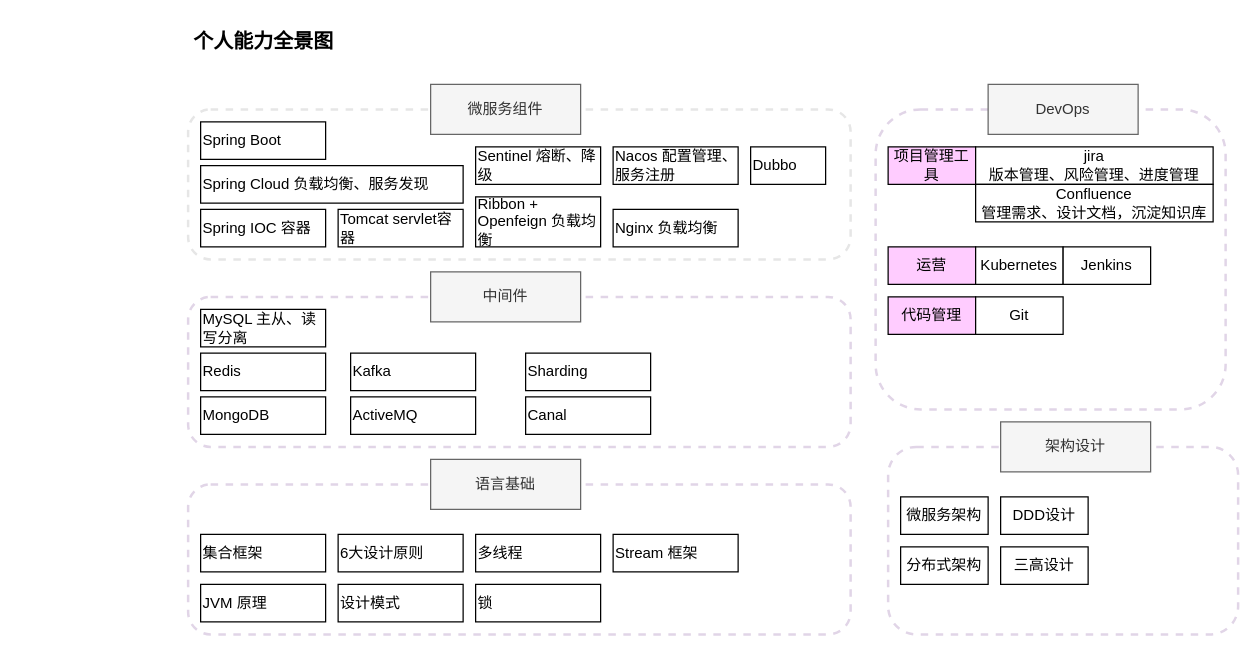
Above: 个人技术栈全景图.drawio in hlcgithub/draw (draw.io), before the change. Source tidied: cells renumbered, new cells numbered last; positions are measured from the earlier drawing's top-left corner, leaving out a move shared by most shapes. Both pictures are drawn from the tidied source at 125%, with x=0, y=0 at pixel (175, 21).
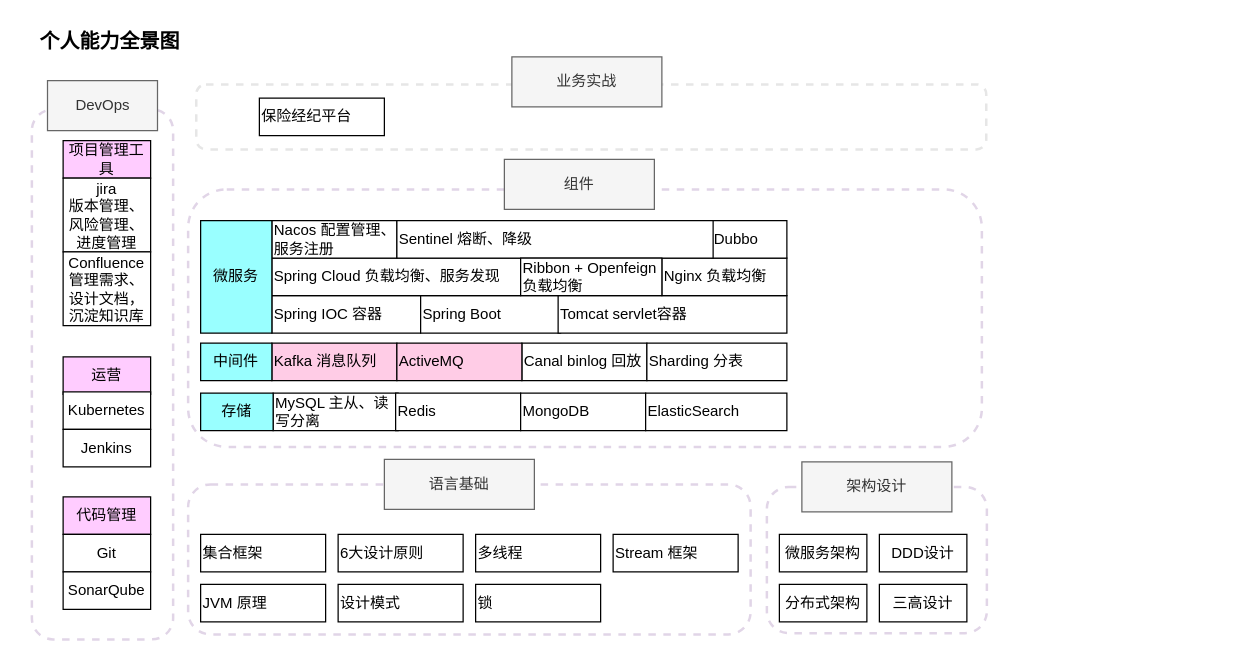
The same page after the edit.

Commit message:
调整展示逻辑

What changed in the source:
```diff
@@
     <mxCell id="2" style="rounded=1;whiteSpace=wrap;html=1;dashed=1;strokeWidth=2;strokeColor=#E6E6E6;" parent="1" vertex="1">
-      <mxGeometry x="10" y="70" width="530" height="120" as="geometry" />
+      <mxGeometry x="16.5" y="50" width="632" height="52" as="geometry" />
     </mxCell>
-    <mxCell id="3" value="微服务组件" style="rounded=0;whiteSpace=wrap;html=1;fillColor=#f5f5f5;fontColor=#333333;strokeColor=#666666;" parent="1" vertex="1">
-      <mxGeometry x="204" y="50" width="120" height="40" as="geometry" />
+    <mxCell id="3" value="业务实战" style="rounded=0;whiteSpace=wrap;html=1;fillColor=#f5f5f5;fontColor=#333333;strokeColor=#666666;" parent="1" vertex="1">
+      <mxGeometry x="269" y="28" width="120" height="40" as="geometry" />
     </mxCell>
     <mxCell id="4" value="&lt;font style=&quot;font-size: 16px;&quot;&gt;&lt;b style=&quot;&quot;&gt;个人能力全景图&lt;/b&gt;&lt;/font&gt;" style="text;html=1;align=center;verticalAlign=middle;strokeColor=none;fillColor=none;" parent="1" vertex="1">
-      <mxGeometry width="140" height="30" as="geometry" />
+      <mxGeometry x="-123" width="140" height="30" as="geometry" />
     </mxCell>
     <mxCell id="5" style="rounded=1;whiteSpace=wrap;html=1;dashed=1;strokeWidth=2;strokeColor=#E1D5E7;" parent="1" vertex="1">
-      <mxGeometry x="10" y="220" width="530" height="120" as="geometry" />
+      <mxGeometry x="10" y="134" width="635" height="206" as="geometry" />
     </mxCell>
-    <mxCell id="6" value="中间件" style="rounded=0;whiteSpace=wrap;html=1;fillColor=#f5f5f5;fontColor=#333333;strokeColor=#666666;" parent="1" vertex="1">
-      <mxGeometry x="204" y="200" width="120" height="40" as="geometry" />
+    <mxCell id="6" value="组件" style="rounded=0;whiteSpace=wrap;html=1;fillColor=#f5f5f5;fontColor=#333333;strokeColor=#666666;" parent="1" vertex="1">
+      <mxGeometry x="263" y="110" width="120" height="40" as="geometry" />
     </mxCell>
     <mxCell id="7" value="Spring IOC 容器" style="rounded=0;whiteSpace=wrap;html=1;align=left;" parent="1" vertex="1">
-      <mxGeometry x="20" y="150" width="100" height="30" as="geometry" />
+      <mxGeometry x="77" y="219" width="119" height="30" as="geometry" />
     </mxCell>
     <mxCell id="8" style="rounded=1;whiteSpace=wrap;html=1;dashed=1;strokeWidth=2;strokeColor=#E1D5E7;" parent="1" vertex="1">
-      <mxGeometry x="560" y="70" width="280" height="240" as="geometry" />
+      <mxGeometry x="-115" y="70" width="113" height="424" as="geometry" />
     </mxCell>
     <mxCell id="9" value="DevOps" style="rounded=0;whiteSpace=wrap;html=1;fillColor=#f5f5f5;fontColor=#333333;strokeColor=#666666;" parent="1" vertex="1">
-      <mxGeometry x="650" y="50" width="120" height="40" as="geometry" />
+      <mxGeometry x="-102.5" y="47" width="88" height="40" as="geometry" />
     </mxCell>
     <mxCell id="10" value="项目管理工具" style="rounded=0;whiteSpace=wrap;html=1;fillColor=#FFCCFF;" parent="1" vertex="1">
-      <mxGeometry x="570" y="100" width="70" height="30" as="geometry" />
+      <mxGeometry x="-90" y="95" width="70" height="30" as="geometry" />
     </mxCell>
     <mxCell id="11" value="jira&lt;div&gt;版本管理、风险管理、进度管理&lt;/div&gt;" style="rounded=0;whiteSpace=wrap;html=1;" parent="1" vertex="1">
-      <mxGeometry x="640" y="100" width="190" height="30" as="geometry" />
+      <mxGeometry x="-90" y="125" width="70" height="59" as="geometry" />
     </mxCell>
     <mxCell id="12" value="Spring B&lt;span style=&quot;background-color: transparent; color: light-dark(rgb(0, 0, 0), rgb(255, 255, 255));&quot;&gt;oot&lt;/span&gt;" style="rounded=0;whiteSpace=wrap;html=1;align=left;" parent="1" vertex="1">
-      <mxGeometry x="20" y="80" width="100" height="30" as="geometry" />
+      <mxGeometry x="196" y="219" width="112" height="30" as="geometry" />
     </mxCell>
     <mxCell id="13" style="rounded=1;whiteSpace=wrap;html=1;dashed=1;strokeWidth=2;strokeColor=#E1D5E7;" parent="1" vertex="1">
-      <mxGeometry x="10" y="370" width="530" height="120" as="geometry" />
+      <mxGeometry x="10" y="370" width="450" height="120" as="geometry" />
     </mxCell>
     <mxCell id="14" value="语言基础" style="rounded=0;whiteSpace=wrap;html=1;fillColor=#f5f5f5;fontColor=#333333;strokeColor=#666666;" parent="1" vertex="1">
-      <mxGeometry x="204" y="350" width="120" height="40" as="geometry" />
+      <mxGeometry x="167" y="350" width="120" height="40" as="geometry" />
     </mxCell>
@@
-    <mxCell id="16" value="Kafka" style="rounded=0;whiteSpace=wrap;html=1;align=left;" parent="1" vertex="1">
-      <mxGeometry x="140" y="265" width="100" height="30" as="geometry" />
+    <mxCell id="16" value="Kafka 消息队列" style="rounded=0;whiteSpace=wrap;html=1;align=left;fillColor=#FFCCE6;" parent="1" vertex="1">
+      <mxGeometry x="77" y="257" width="100" height="30" as="geometry" />
     </mxCell>
-    <mxCell id="17" value="Canal" style="rounded=0;whiteSpace=wrap;html=1;align=left;" parent="1" vertex="1">
-      <mxGeometry x="280" y="300" width="100" height="30" as="geometry" />
+    <mxCell id="17" value="Canal binlog 回放" style="rounded=0;whiteSpace=wrap;html=1;align=left;" parent="1" vertex="1">
+      <mxGeometry x="277" y="257" width="100" height="30" as="geometry" />
     </mxCell>
     <mxCell id="18" value="Spring Cloud 负载均衡、服务发现" style="rounded=0;whiteSpace=wrap;html=1;align=left;" parent="1" vertex="1">
-      <mxGeometry x="20" y="115" width="210" height="30" as="geometry" />
+      <mxGeometry x="77" y="189" width="199" height="30" as="geometry" />
     </mxCell>
-    <mxCell id="19" value="Sharding" style="rounded=0;whiteSpace=wrap;html=1;align=left;" parent="1" vertex="1">
-      <mxGeometry x="280" y="265" width="100" height="30" as="geometry" />
+    <mxCell id="19" value="Sharding 分表" style="rounded=0;whiteSpace=wrap;html=1;align=left;" parent="1" vertex="1">
+      <mxGeometry x="377" y="257" width="112" height="30" as="geometry" />
     </mxCell>
     <mxCell id="20" value="Tomcat servlet容器" style="rounded=0;whiteSpace=wrap;html=1;align=left;" parent="1" vertex="1">
-      <mxGeometry x="130" y="150" width="100" height="30" as="geometry" />
+      <mxGeometry x="306" y="219" width="183" height="30" as="geometry" />
     </mxCell>
     <mxCell id="21" value="运营" style="rounded=0;whiteSpace=wrap;html=1;fillColor=#FFCCFF;" parent="1" vertex="1">
-      <mxGeometry x="570" y="180" width="70" height="30" as="geometry" />
+      <mxGeometry x="-90" y="268" width="70" height="30" as="geometry" />
     </mxCell>
     <mxCell id="22" value="Kubernetes" style="rounded=0;whiteSpace=wrap;html=1;" parent="1" vertex="1">
-      <mxGeometry x="640" y="180" width="70" height="30" as="geometry" />
+      <mxGeometry x="-90" y="296" width="70" height="30" as="geometry" />
     </mxCell>
     <mxCell id="23" value="Jenkins" style="rounded=0;whiteSpace=wrap;html=1;" parent="1" vertex="1">
-      <mxGeometry x="710" y="180" width="70" height="30" as="geometry" />
+      <mxGeometry x="-90" y="326" width="70" height="30" as="geometry" />
     </mxCell>
     <mxCell id="24" value="代码管理" style="rounded=0;whiteSpace=wrap;html=1;fillColor=#FFCCFF;" parent="1" vertex="1">
-      <mxGeometry x="570" y="220" width="70" height="30" as="geometry" />
+      <mxGeometry x="-90" y="380" width="70" height="30" as="geometry" />
     </mxCell>
     <mxCell id="25" value="Git" style="rounded=0;whiteSpace=wrap;html=1;" parent="1" vertex="1">
-      <mxGeometry x="640" y="220" width="70" height="30" as="geometry" />
+      <mxGeometry x="-90" y="410" width="70" height="30" as="geometry" />
     </mxCell>
     <mxCell id="26" value="Confluence&lt;div&gt;管理需求、设计文档，沉淀知识库&lt;/div&gt;" style="rounded=0;whiteSpace=wrap;html=1;" parent="1" vertex="1">
-      <mxGeometry x="640" y="130" width="190" height="30" as="geometry" />
+      <mxGeometry x="-90" y="184" width="70" height="59" as="geometry" />
     </mxCell>
     <mxCell id="27" value="MySQL 主从、读写分离" style="rounded=0;whiteSpace=wrap;html=1;align=left;" parent="1" vertex="1">
-      <mxGeometry x="20" y="230" width="100" height="30" as="geometry" />
+      <mxGeometry x="78" y="297" width="100" height="30" as="geometry" />
     </mxCell>
     <mxCell id="28" value="Redis" style="rounded=0;whiteSpace=wrap;html=1;align=left;" parent="1" vertex="1">
-      <mxGeometry x="20" y="265" width="100" height="30" as="geometry" />
+      <mxGeometry x="176" y="297" width="100" height="30" as="geometry" />
     </mxCell>
     <mxCell id="29" style="rounded=1;whiteSpace=wrap;html=1;dashed=1;strokeWidth=2;strokeColor=#E1D5E7;" parent="1" vertex="1">
-      <mxGeometry x="570" y="340" width="280" height="150" as="geometry" />
+      <mxGeometry x="473" y="372" width="176" height="117" as="geometry" />
     </mxCell>
     <mxCell id="30" value="架构设计" style="rounded=0;whiteSpace=wrap;html=1;fillColor=#f5f5f5;fontColor=#333333;strokeColor=#666666;" parent="1" vertex="1">
-      <mxGeometry x="660" y="320" width="120" height="40" as="geometry" />
+      <mxGeometry x="501" y="352" width="120" height="40" as="geometry" />
     </mxCell>
     <mxCell id="31" value="微服务架构" style="rounded=0;whiteSpace=wrap;html=1;" parent="1" vertex="1">
-      <mxGeometry x="580" y="380" width="70" height="30" as="geometry" />
+      <mxGeometry x="483" y="410" width="70" height="30" as="geometry" />
     </mxCell>
     <mxCell id="32" value="分布式架构" style="rounded=0;whiteSpace=wrap;html=1;" parent="1" vertex="1">
-      <mxGeometry x="580" y="420" width="70" height="30" as="geometry" />
+      <mxGeometry x="483" y="450" width="70" height="30" as="geometry" />
     </mxCell>
     <mxCell id="33" value="DDD设计" style="rounded=0;whiteSpace=wrap;html=1;" parent="1" vertex="1">
-      <mxGeometry x="660" y="380" width="70" height="30" as="geometry" />
+      <mxGeometry x="563" y="410" width="70" height="30" as="geometry" />
     </mxCell>
     <mxCell id="34" value="三高设计" style="rounded=0;whiteSpace=wrap;html=1;" parent="1" vertex="1">
-      <mxGeometry x="660" y="420" width="70" height="30" as="geometry" />
+      <mxGeometry x="563" y="450" width="70" height="30" as="geometry" />
     </mxCell>
@@
     <mxCell id="40" value="Nginx 负载均衡" style="rounded=0;whiteSpace=wrap;html=1;align=left;" parent="1" vertex="1">
-      <mxGeometry x="350" y="150" width="100" height="30" as="geometry" />
+      <mxGeometry x="389" y="189" width="100" height="30" as="geometry" />
     </mxCell>
     <mxCell id="41" value="MongoDB" style="rounded=0;whiteSpace=wrap;html=1;align=left;" parent="1" vertex="1">
-      <mxGeometry x="20" y="300" width="100" height="30" as="geometry" />
+      <mxGeometry x="276" y="297" width="100" height="30" as="geometry" />
     </mxCell>
-    <mxCell id="42" value="ActiveMQ" style="rounded=0;whiteSpace=wrap;html=1;align=left;" parent="1" vertex="1">
-      <mxGeometry x="140" y="300" width="100" height="30" as="geometry" />
+    <mxCell id="42" value="ActiveMQ" style="rounded=0;whiteSpace=wrap;html=1;align=left;fillColor=#FFCCE6;" parent="1" vertex="1">
+      <mxGeometry x="177" y="257" width="100" height="30" as="geometry" />
     </mxCell>
     <mxCell id="43" value="Nacos 配置管理、服务注册" style="rounded=0;whiteSpace=wrap;html=1;align=left;" parent="1" vertex="1">
-      <mxGeometry x="350" y="100" width="100" height="30" as="geometry" />
+      <mxGeometry x="77" y="159" width="100" height="30" as="geometry" />
     </mxCell>
     <mxCell id="44" value="Dubbo" style="rounded=0;whiteSpace=wrap;html=1;align=left;" parent="1" vertex="1">
-      <mxGeometry x="460" y="100" width="60" height="30" as="geometry" />
+      <mxGeometry x="429" y="159" width="60" height="30" as="geometry" />
     </mxCell>
     <mxCell id="45" value="Sentinel 熔断、降级" style="rounded=0;whiteSpace=wrap;html=1;align=left;" parent="1" vertex="1">
-      <mxGeometry x="240" y="100" width="100" height="30" as="geometry" />
+      <mxGeometry x="177" y="159" width="253" height="30" as="geometry" />
     </mxCell>
     <mxCell id="46" value="Ribbon + Openfeign 负载均衡" style="rounded=0;whiteSpace=wrap;html=1;align=left;" parent="1" vertex="1">
-      <mxGeometry x="240" y="140" width="100" height="40" as="geometry" />
+      <mxGeometry x="276" y="189" width="113" height="30" as="geometry" />
     </mxCell>
@@
+    <mxCell id="48" value="&lt;span style=&quot;text-align: center;&quot;&gt;ElasticSearch&lt;/span&gt;" style="rounded=0;whiteSpace=wrap;html=1;align=left;" parent="1" vertex="1">
+      <mxGeometry x="376" y="297" width="113" height="30" as="geometry" />
+    </mxCell>
+    <mxCell id="49" value="SonarQube" style="rounded=0;whiteSpace=wrap;html=1;" parent="1" vertex="1">
+      <mxGeometry x="-90" y="440" width="70" height="30" as="geometry" />
+    </mxCell>
+    <mxCell id="50" value="存储" style="rounded=0;whiteSpace=wrap;html=1;align=center;fillColor=#99FFFF;" parent="1" vertex="1">
+      <mxGeometry x="20" y="297" width="58" height="30" as="geometry" />
+    </mxCell>
+    <mxCell id="51" value="中间件" style="rounded=0;whiteSpace=wrap;html=1;align=center;fillColor=#99FFFF;" parent="1" vertex="1">
+      <mxGeometry x="20" y="257" width="57" height="30" as="geometry" />
+    </mxCell>
+    <mxCell id="52" value="微服务" style="rounded=0;whiteSpace=wrap;html=1;align=center;fillColor=#99FFFF;" parent="1" vertex="1">
+      <mxGeometry x="20" y="159" width="57" height="90" as="geometry" />
+    </mxCell>
+    <mxCell id="53" value="保险经纪平台" style="rounded=0;whiteSpace=wrap;html=1;align=left;" parent="1" vertex="1">
+      <mxGeometry x="67" y="61" width="100" height="30" as="geometry" />
+    </mxCell>
```
